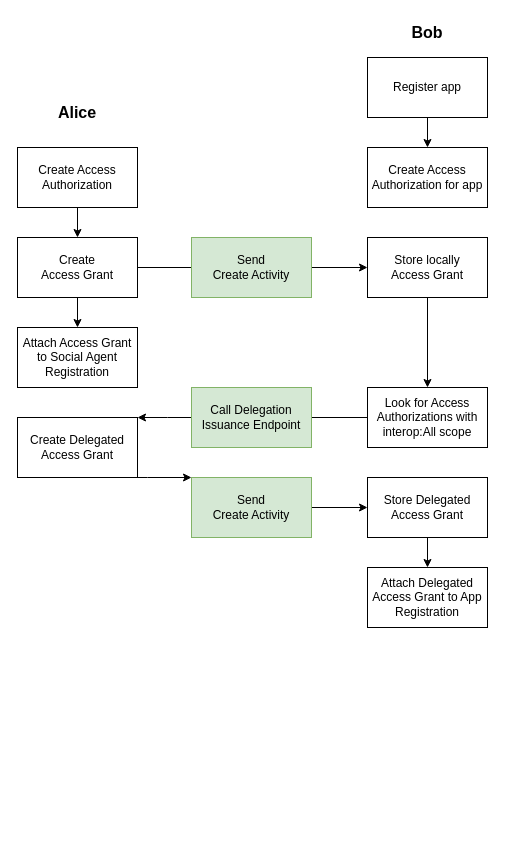
Above: Diagramme sans nom.drawio in activitypods/user-flows (draw.io), before the change. Source tidied: cells renumbered, new cells numbered last; positions are measured from the earlier drawing's top-left corner, leaving out a move shared by most shapes. Both pictures are drawn from the tidied source at 100%, with x=0, y=0 at pixel (17, 17).
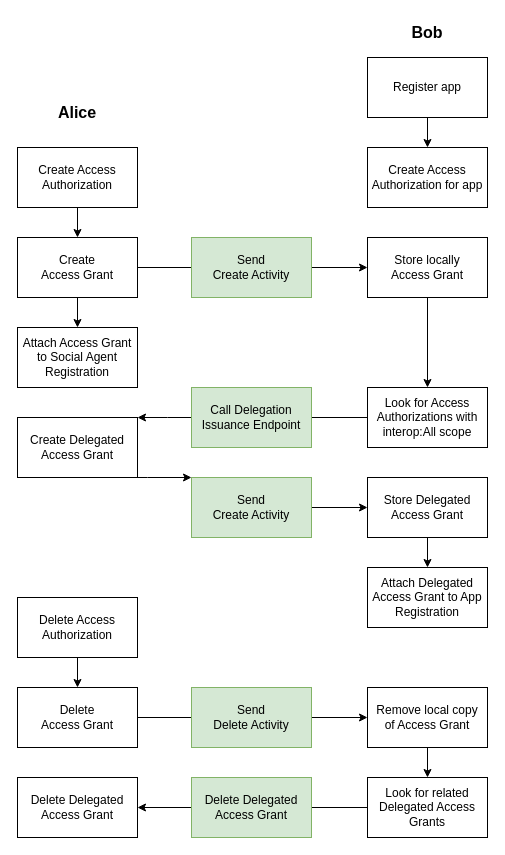
The same diagram, later.

Commit message (it also covers changes not shown here):
Mettre à jour Diagramme sans nom.drawio

What changed in the source:
```diff
@@
+    <mxCell id="26" style="edgeStyle=orthogonalEdgeStyle;rounded=0;jettySize=auto;html=1;" parent="1" edge="1" source="27" target="29">
+      <mxGeometry relative="1" as="geometry" />
+    </mxCell>
+    <mxCell id="27" value="Delete Access Authorization" style="rounded=0;whiteSpace=wrap;html=1;" parent="1" vertex="1">
+      <mxGeometry y="580" width="120" height="60" as="geometry" />
+    </mxCell>
+    <mxCell id="28" style="edgeStyle=orthogonalEdgeStyle;rounded=0;jettySize=auto;html=1;" parent="1" edge="1" source="29" target="32">
+      <mxGeometry relative="1" as="geometry" />
+    </mxCell>
+    <mxCell id="29" value="Delete&lt;br&gt;Access Grant" style="rounded=0;whiteSpace=wrap;html=1;" parent="1" vertex="1">
+      <mxGeometry y="670" width="120" height="60" as="geometry" />
+    </mxCell>
+    <mxCell id="30" value="Send &lt;br&gt;Delete Activity" style="rounded=0;whiteSpace=wrap;html=1;fillColor=#d5e8d4;strokeColor=#82b366;" parent="1" vertex="1">
+      <mxGeometry x="174" y="670" width="120" height="60" as="geometry" />
+    </mxCell>
+    <mxCell id="31" style="edgeStyle=orthogonalEdgeStyle;rounded=0;jettySize=auto;html=1;" parent="1" edge="1" source="32" target="34">
+      <mxGeometry relative="1" as="geometry" />
+    </mxCell>
+    <mxCell id="32" value="Remove local copy&lt;br&gt;of Access Grant" style="rounded=0;whiteSpace=wrap;html=1;" parent="1" vertex="1">
+      <mxGeometry x="350" y="670" width="120" height="60" as="geometry" />
+    </mxCell>
+    <mxCell id="33" style="edgeStyle=orthogonalEdgeStyle;rounded=0;jettySize=auto;html=1;" parent="1" edge="1" source="34" target="36">
+      <mxGeometry relative="1" as="geometry" />
+    </mxCell>
+    <mxCell id="34" value="Look for related Delegated Access Grants" style="rounded=0;whiteSpace=wrap;html=1;" parent="1" vertex="1">
+      <mxGeometry x="350" y="760" width="120" height="60" as="geometry" />
+    </mxCell>
+    <mxCell id="35" value="Delete Delegated Access Grant" style="rounded=0;whiteSpace=wrap;html=1;fillColor=#d5e8d4;strokeColor=#82b366;" parent="1" vertex="1">
+      <mxGeometry x="174" y="760" width="120" height="60" as="geometry" />
+    </mxCell>
+    <mxCell id="36" value="Delete Delegated&lt;br&gt;Access Grant" style="rounded=0;whiteSpace=wrap;html=1;" parent="1" vertex="1">
+      <mxGeometry y="760" width="120" height="60" as="geometry" />
+    </mxCell>
```
